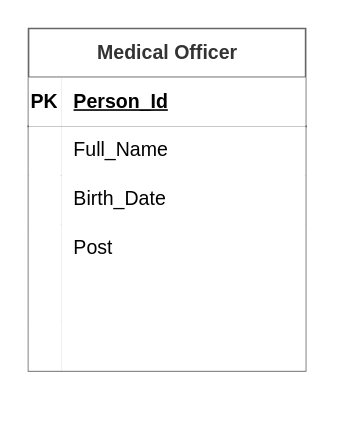
This is Диаграмма без названия.drawio from Lutanist228/saved_diagrams, a draw.io file, before an edit. Source tidied: cells renumbered, new cells numbered last; positions are measured from the earlier drawing's top-left corner, leaving out a move shared by most shapes. Both pictures are drawn from the tidied source at 163%, with x=0, y=0 at pixel (28, 28).
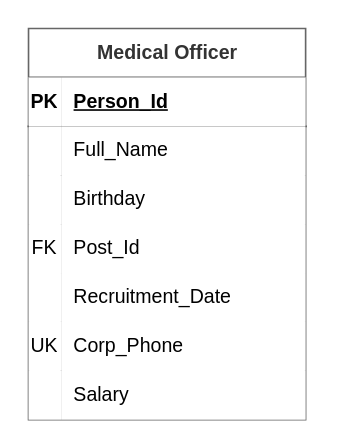
The same page after the edit.

Unchanged cells that the change refers to:
```xml
<mxCell id="9" style="shape=tableRow;horizontal=0;startSize=0;swimlaneHead=0;swimlaneBody=0;fillColor=none;top=0;left=0;right=0;bottom=0;" parent="2" vertex="1">
  <mxGeometry y="90" width="170" height="30" as="geometry" />
</mxCell>
<mxCell id="12" style="shape=tableRow;horizontal=0;startSize=0;swimlaneHead=0;swimlaneBody=0;fillColor=none;top=0;left=0;right=0;bottom=0;strokeColor=#000000;" parent="2" vertex="1">
  <mxGeometry y="120" width="170" height="30" as="geometry" />
</mxCell>
<mxCell id="15" style="shape=tableRow;horizontal=0;startSize=0;swimlaneHead=0;swimlaneBody=0;fillColor=none;top=0;left=0;right=0;bottom=0;strokeColor=#000000;" parent="2" vertex="1">
  <mxGeometry y="150" width="170" height="30" as="geometry" />
</mxCell>
<mxCell id="18" style="shape=tableRow;horizontal=0;startSize=0;swimlaneHead=0;swimlaneBody=0;fillColor=none;top=0;left=0;right=0;bottom=0;strokeColor=#000000;" parent="2" vertex="1">
  <mxGeometry y="180" width="170" height="30" as="geometry" />
</mxCell>
```

The edit, as a diff of the source:
```diff
@@
     <mxCell id="2" value="Medical Officer" style="shape=table;startSize=30;childLayout=tableLayout;rowLines=0;fontStyle=1;align=center;html=1;fillColor=#ffffff;strokeColor=#666666;fontColor=#333333;" parent="1" vertex="1">
-      <mxGeometry width="170" height="210" as="geometry" />
+      <mxGeometry width="170" height="240" as="geometry" />
     </mxCell>
@@
-    <mxCell id="11" value="Birth_Date" style="shape=partialRectangle;top=0;left=0;bottom=0;right=0;align=left;spacingLeft=6;overflow=hidden;whiteSpace=wrap;html=1;" parent="9" vertex="1">
+    <mxCell id="11" value="Birthday" style="shape=partialRectangle;top=0;left=0;bottom=0;right=0;align=left;spacingLeft=6;overflow=hidden;whiteSpace=wrap;html=1;" parent="9" vertex="1">
       <mxGeometry x="20" width="150" height="30" as="geometry" />
     </mxCell>
@@
-    <mxCell id="13" style="shape=partialRectangle;top=0;left=0;bottom=0;right=0;overflow=hidden;whiteSpace=wrap;html=1;" parent="12" vertex="1">
+    <mxCell id="13" value="FK" style="shape=partialRectangle;top=0;left=0;bottom=0;right=0;overflow=hidden;whiteSpace=wrap;html=1;" parent="12" vertex="1">
       <mxGeometry width="20" height="30" as="geometry" />
     </mxCell>
-    <mxCell id="14" value="Post" style="shape=partialRectangle;top=0;left=0;bottom=0;right=0;align=left;spacingLeft=6;overflow=hidden;whiteSpace=wrap;html=1;" parent="12" vertex="1">
+    <mxCell id="14" value="Post_Id" style="shape=partialRectangle;top=0;left=0;bottom=0;right=0;align=left;spacingLeft=6;overflow=hidden;whiteSpace=wrap;html=1;" parent="12" vertex="1">
       <mxGeometry x="20" width="150" height="30" as="geometry" />
     </mxCell>
@@
-    <mxCell id="17" style="shape=partialRectangle;top=0;left=0;bottom=0;right=0;align=left;spacingLeft=6;overflow=hidden;whiteSpace=wrap;html=1;" parent="15" vertex="1">
+    <mxCell id="17" value="Recruitment_Date" style="shape=partialRectangle;top=0;left=0;bottom=0;right=0;align=left;spacingLeft=6;overflow=hidden;whiteSpace=wrap;html=1;" parent="15" vertex="1">
       <mxGeometry x="20" width="150" height="30" as="geometry" />
     </mxCell>
@@
-    <mxCell id="19" style="shape=partialRectangle;top=0;left=0;bottom=0;right=0;overflow=hidden;whiteSpace=wrap;html=1;" parent="18" vertex="1">
+    <mxCell id="19" value="UK" style="shape=partialRectangle;top=0;left=0;bottom=0;right=0;overflow=hidden;whiteSpace=wrap;html=1;" parent="18" vertex="1">
       <mxGeometry width="20" height="30" as="geometry" />
     </mxCell>
-    <mxCell id="20" style="shape=partialRectangle;top=0;left=0;bottom=0;right=0;align=left;spacingLeft=6;overflow=hidden;whiteSpace=wrap;html=1;" parent="18" vertex="1">
+    <mxCell id="20" value="Corp_Phone" style="shape=partialRectangle;top=0;left=0;bottom=0;right=0;align=left;spacingLeft=6;overflow=hidden;whiteSpace=wrap;html=1;" parent="18" vertex="1">
       <mxGeometry x="20" width="150" height="30" as="geometry" />
     </mxCell>
+    <mxCell id="21" style="shape=tableRow;horizontal=0;startSize=0;swimlaneHead=0;swimlaneBody=0;fillColor=none;top=0;left=0;right=0;bottom=0;strokeColor=#000000;" parent="2" vertex="1">
+      <mxGeometry y="210" width="170" height="30" as="geometry" />
+    </mxCell>
+    <mxCell id="22" style="shape=partialRectangle;top=0;left=0;bottom=0;right=0;overflow=hidden;whiteSpace=wrap;html=1;" parent="21" vertex="1">
+      <mxGeometry width="20" height="30" as="geometry" />
+    </mxCell>
+    <mxCell id="23" value="Salary" style="shape=partialRectangle;top=0;left=0;bottom=0;right=0;align=left;spacingLeft=6;overflow=hidden;whiteSpace=wrap;html=1;" parent="21" vertex="1">
+      <mxGeometry x="20" width="150" height="30" as="geometry" />
+    </mxCell>
```
